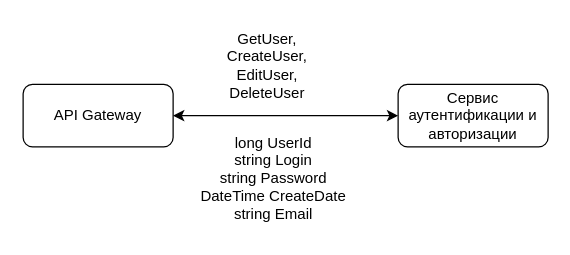
Above: Homework1/Контракты.drawio in flash1250/Otus (draw.io), before the change. Source tidied: cells renumbered, new cells numbered last; positions are measured from the earlier drawing's top-left corner, leaving out a move shared by most shapes. Both pictures are drawn from the tidied source at 125%, with x=0, y=0 at pixel (22, 21).
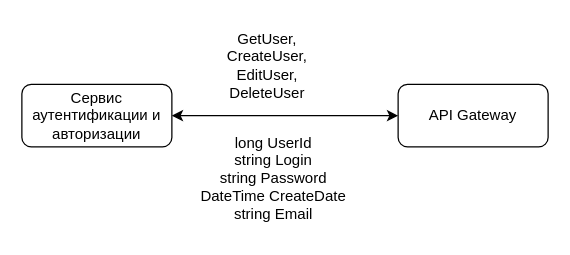
The same diagram, later.

Diff of the diagram source:
```diff
@@
 <mxGraphModel>
   <root>
     <mxCell id="0" />
     <mxCell id="1" parent="0" />
-    <mxCell id="2" value="Сервис аутентификации и авторизации" style="rounded=1;whiteSpace=wrap;html=1;fontSize=12;glass=0;strokeWidth=1;shadow=0;" parent="1" vertex="1">
+    <mxCell id="2" value="API Gateway" style="rounded=1;whiteSpace=wrap;html=1;fontSize=12;glass=0;strokeWidth=1;shadow=0;" parent="1" vertex="1">
       <mxGeometry x="300" y="50" width="120" height="50" as="geometry" />
     </mxCell>
-    <mxCell id="3" value="API Gateway" style="rounded=1;whiteSpace=wrap;html=1;fontSize=12;glass=0;strokeWidth=1;shadow=0;" parent="1" vertex="1">
-      <mxGeometry y="50" width="120" height="50" as="geometry" />
+    <mxCell id="3" value="Сервис аутентификации и авторизации" style="rounded=1;whiteSpace=wrap;html=1;fontSize=12;glass=0;strokeWidth=1;shadow=0;" parent="1" vertex="1">
+      <mxGeometry x="-1" y="50" width="120" height="50" as="geometry" />
     </mxCell>
     <mxCell id="4" style="endArrow=classic;startArrow=classic;html=1;rounded=0;exitX=1;exitY=0.5;exitDx=0;exitDy=0;entryX=0;entryY=0.5;entryDx=0;entryDy=0;" parent="1" edge="1" source="3" target="2">
       <mxGeometry relative="1" as="geometry" />
     </mxCell>
     <mxCell id="5" value="GetUser,&lt;div&gt;CreateUser,&lt;/div&gt;&lt;div&gt;EditUser,&lt;/div&gt;&lt;div&gt;DeleteUser&lt;/div&gt;" style="text;html=1;align=center;verticalAlign=middle;strokeColor=none;fillColor=none;" parent="1" vertex="1">
       <mxGeometry x="150" width="90" height="70" as="geometry" />
     </mxCell>
     <mxCell id="6" value="long UserId&lt;div&gt;string Login&lt;/div&gt;&lt;div&gt;string Password&lt;/div&gt;&lt;div&gt;DateTime CreateDate&lt;/div&gt;&lt;div&gt;string Email&lt;/div&gt;" style="text;html=1;align=center;verticalAlign=middle;strokeColor=none;fillColor=none;" parent="1" vertex="1">
       <mxGeometry x="130" y="80" width="140" height="90" as="geometry" />
     </mxCell>
   </root>
 </mxGraphModel>
```
